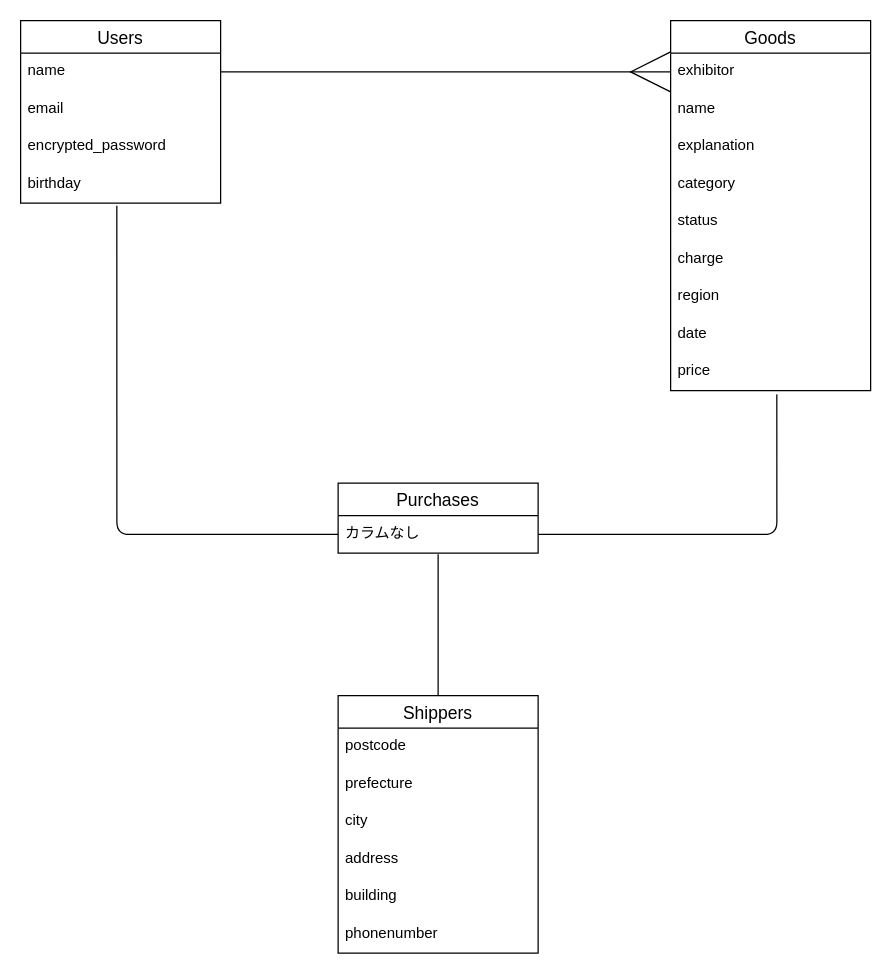
The draw.io diagram er.dio in Shaitaxx/furima-37601, before the edit. Source tidied: cells renumbered, new cells numbered last; positions are measured from the earlier drawing's top-left corner, leaving out a move shared by most shapes. Both pictures are drawn from the tidied source at 125%, with x=0, y=0 at pixel (20, 20).
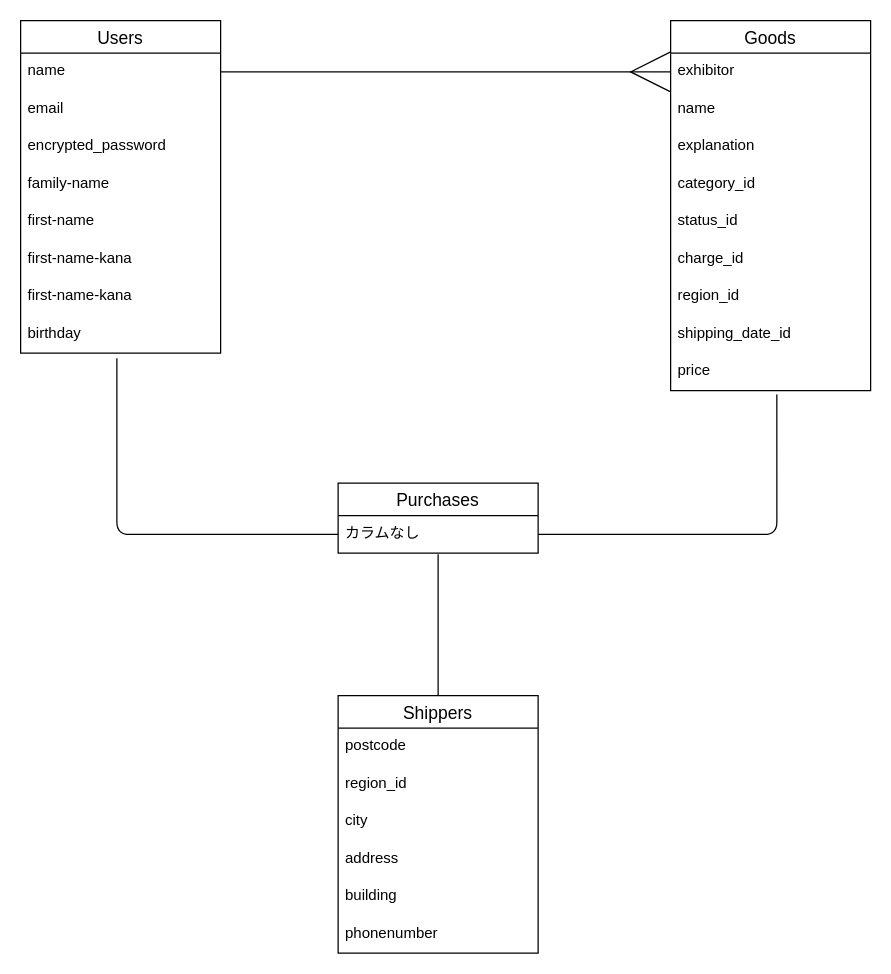
After the change.

Commit message (it also covers changes not shown here):
データベース設計の修正

Unchanged cells that the change refers to:
```xml
<mxCell id="7" value="Goods" style="swimlane;fontStyle=0;horizontal=1;startSize=26;align=center;fontSize=14;" parent="1" vertex="1">
  <mxGeometry x="520" width="160" height="296" as="geometry" />
</mxCell>
<mxCell id="18" value="カラムなし" style="text;strokeColor=none;fillColor=none;spacingLeft=4;spacingRight=4;overflow=hidden;points=[[0,0.5],[1,0.5]];portConstraint=eastwest;fontSize=12;" parent="17" vertex="1">
  <mxGeometry y="26" width="160" height="30" as="geometry" />
</mxCell>
<mxCell id="20" value="Shippers" style="swimlane;fontStyle=0;horizontal=1;startSize=26;align=center;fontSize=14;" parent="1" vertex="1">
  <mxGeometry x="254" y="540" width="160" height="206" as="geometry" />
</mxCell>
```

Change to the diagram source:
```diff
@@
     <mxCell id="2" value="Users" style="swimlane;fontStyle=0;horizontal=1;startSize=26;align=center;fontSize=14;" parent="1" vertex="1">
-      <mxGeometry width="160" height="146" as="geometry" />
+      <mxGeometry width="160" height="266" as="geometry" />
     </mxCell>
@@
-    <mxCell id="6" value="birthday" style="text;strokeColor=none;fillColor=none;spacingLeft=4;spacingRight=4;overflow=hidden;points=[[0,0.5],[1,0.5]];portConstraint=eastwest;fontSize=12;" parent="2" vertex="1">
+    <mxCell id="6" value="family-name " style="text;strokeColor=none;fillColor=none;spacingLeft=4;spacingRight=4;overflow=hidden;points=[[0,0.5],[1,0.5]];portConstraint=eastwest;fontSize=12;" parent="2" vertex="1">
       <mxGeometry y="116" width="160" height="30" as="geometry" />
     </mxCell>
+    <mxCell id="30" value="first-name" style="text;strokeColor=none;fillColor=none;spacingLeft=4;spacingRight=4;overflow=hidden;fontSize=12;" parent="2" vertex="1">
+      <mxGeometry y="146" width="160" height="30" as="geometry" />
+    </mxCell>
+    <mxCell id="31" value="first-name-kana" style="text;strokeColor=none;fillColor=none;spacingLeft=4;spacingRight=4;overflow=hidden;fontSize=12;" parent="2" vertex="1">
+      <mxGeometry y="176" width="160" height="30" as="geometry" />
+    </mxCell>
+    <mxCell id="32" value="first-name-kana" style="text;strokeColor=none;fillColor=none;spacingLeft=4;spacingRight=4;overflow=hidden;fontSize=12;" parent="2" vertex="1">
+      <mxGeometry y="206" width="160" height="30" as="geometry" />
+    </mxCell>
+    <mxCell id="33" value="birthday" style="text;strokeColor=none;fillColor=none;spacingLeft=4;spacingRight=4;overflow=hidden;fontSize=12;" parent="2" vertex="1">
+      <mxGeometry y="236" width="160" height="30" as="geometry" />
+    </mxCell>
@@
-    <mxCell id="11" value="category" style="text;strokeColor=none;fillColor=none;spacingLeft=4;spacingRight=4;overflow=hidden;fontSize=12;" parent="7" vertex="1">
+    <mxCell id="11" value="category_id" style="text;strokeColor=none;fillColor=none;spacingLeft=4;spacingRight=4;overflow=hidden;fontSize=12;" parent="7" vertex="1">
       <mxGeometry y="116" width="160" height="30" as="geometry" />
     </mxCell>
-    <mxCell id="12" value="status" style="text;strokeColor=none;fillColor=none;spacingLeft=4;spacingRight=4;overflow=hidden;fontSize=12;" parent="7" vertex="1">
+    <mxCell id="12" value="status_id" style="text;strokeColor=none;fillColor=none;spacingLeft=4;spacingRight=4;overflow=hidden;fontSize=12;" parent="7" vertex="1">
       <mxGeometry y="146" width="160" height="30" as="geometry" />
     </mxCell>
-    <mxCell id="13" value="charge" style="text;strokeColor=none;fillColor=none;spacingLeft=4;spacingRight=4;overflow=hidden;fontSize=12;" parent="7" vertex="1">
+    <mxCell id="13" value="charge_id" style="text;strokeColor=none;fillColor=none;spacingLeft=4;spacingRight=4;overflow=hidden;fontSize=12;" parent="7" vertex="1">
       <mxGeometry y="176" width="160" height="30" as="geometry" />
     </mxCell>
-    <mxCell id="14" value="region" style="text;strokeColor=none;fillColor=none;spacingLeft=4;spacingRight=4;overflow=hidden;fontSize=12;" parent="7" vertex="1">
+    <mxCell id="14" value="region_id" style="text;strokeColor=none;fillColor=none;spacingLeft=4;spacingRight=4;overflow=hidden;fontSize=12;" parent="7" vertex="1">
       <mxGeometry y="206" width="160" height="30" as="geometry" />
     </mxCell>
-    <mxCell id="15" value="date" style="text;strokeColor=none;fillColor=none;spacingLeft=4;spacingRight=4;overflow=hidden;fontSize=12;" parent="7" vertex="1">
+    <mxCell id="15" value="shipping_date_id" style="text;strokeColor=none;fillColor=none;spacingLeft=4;spacingRight=4;overflow=hidden;fontSize=12;" parent="7" vertex="1">
       <mxGeometry y="236" width="160" height="30" as="geometry" />
     </mxCell>
@@
-    <mxCell id="22" value="prefecture" style="text;strokeColor=none;fillColor=none;spacingLeft=4;spacingRight=4;overflow=hidden;fontSize=12;" parent="20" vertex="1">
+    <mxCell id="22" value="region_id" style="text;strokeColor=none;fillColor=none;spacingLeft=4;spacingRight=4;overflow=hidden;fontSize=12;" parent="20" vertex="1">
       <mxGeometry y="56" width="160" height="30" as="geometry" />
     </mxCell>
@@
-    <mxCell id="28" style="edgeStyle=none;html=1;exitX=0;exitY=0.5;exitDx=0;exitDy=0;entryX=0.481;entryY=1.067;entryDx=0;entryDy=0;entryPerimeter=0;endArrow=none;endFill=0;endSize=30;strokeWidth=1;" parent="1" edge="1" source="18" target="6">
+    <mxCell id="28" style="edgeStyle=none;html=1;exitX=0;exitY=0.5;exitDx=0;exitDy=0;endArrow=none;endFill=0;endSize=30;strokeWidth=1;" parent="1" edge="1" source="18">
       <mxGeometry relative="1" as="geometry">
+        <mxPoint x="77" y="270" as="targetPoint" />
         <Array as="points">
           <mxPoint x="77" y="411" />
         </Array>
       </mxGeometry>
     </mxCell>
```
